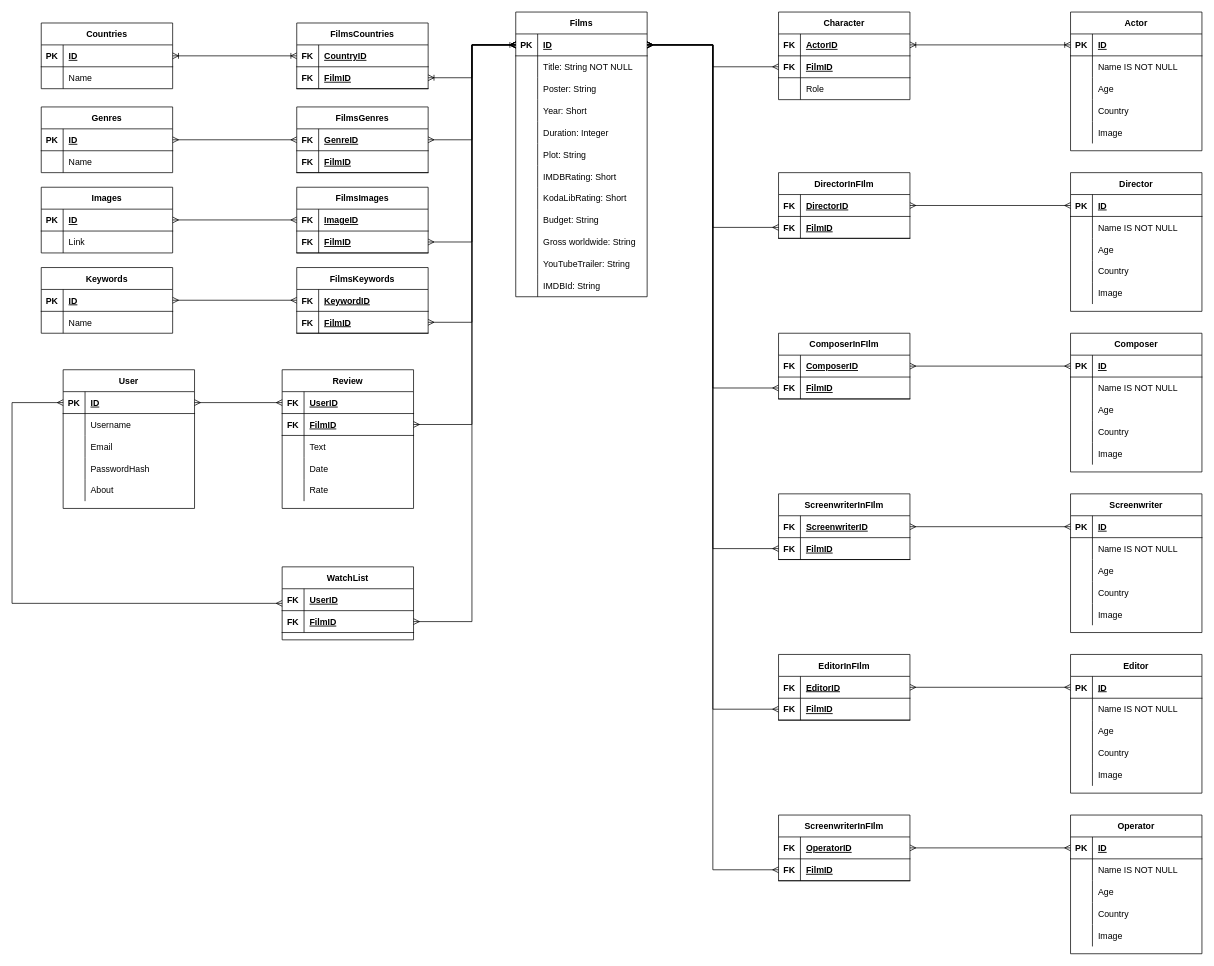
Earlier version of the draw.io diagram Database relational diagram.drawio (lincentpega/koda-modeling). Source tidied: cells renumbered, new cells numbered last; positions are measured from the earlier drawing's top-left corner, leaving out a move shared by most shapes. Both pictures are drawn from the tidied source at 73%, with x=0, y=0 at pixel (12, 12).
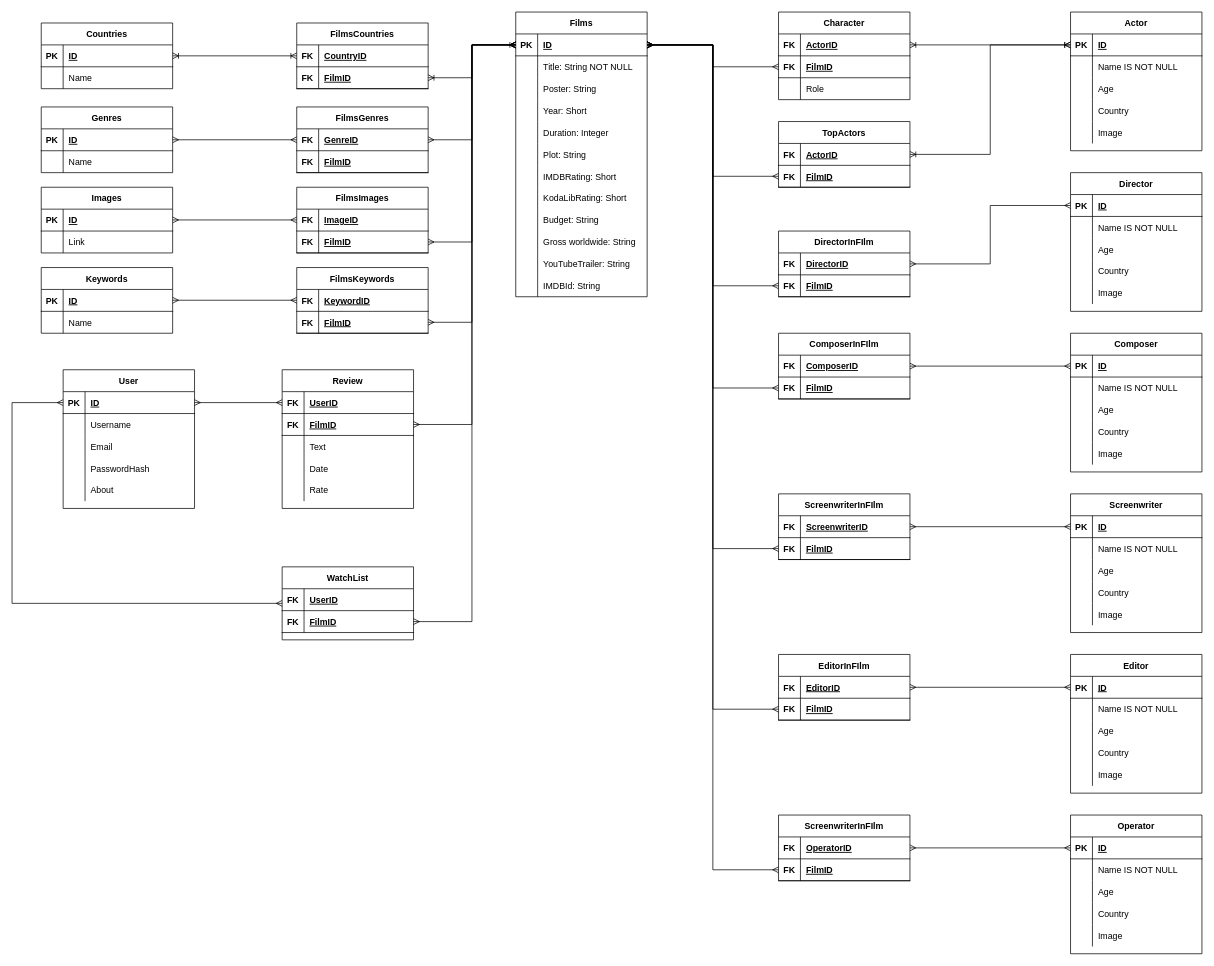
Above is the later version.

The change refers to these unchanged cells:
```xml
<mxCell id="3" style="shape=tableRow;horizontal=0;startSize=0;swimlaneHead=0;swimlaneBody=0;fillColor=none;points=[[0,0.5],[1,0.5]];portConstraint=eastwest;top=0;left=0;right=0;bottom=1;rounded=0;" parent="2" vertex="1">
  <mxGeometry y="30" width="180" height="30" as="geometry" />
</mxCell>
<mxCell id="40" style="shape=tableRow;horizontal=0;startSize=0;swimlaneHead=0;swimlaneBody=0;fillColor=none;points=[[0,0.5],[1,0.5]];portConstraint=eastwest;top=0;left=0;right=0;bottom=1;rounded=0;" parent="39" vertex="1">
  <mxGeometry y="30" width="180" height="30" as="geometry" />
</mxCell>
```

Diff of the diagram source:
```diff
@@
     <mxCell id="83" value="DirectorInFIlm" style="shape=table;startSize=30;childLayout=tableLayout;rowLines=0;fontStyle=1;align=center;rounded=0;" parent="1" vertex="1">
-      <mxGeometry x="1050" y="220" width="180" height="90" as="geometry" />
+      <mxGeometry x="1050" y="300" width="180" height="90" as="geometry" />
     </mxCell>
@@
+    <mxCell id="299" value="TopActors" style="shape=table;startSize=30;childLayout=tableLayout;rowLines=0;fontStyle=1;align=center;rounded=0;" parent="1" vertex="1">
+      <mxGeometry x="1050" y="150" width="180" height="90" as="geometry" />
+    </mxCell>
+    <mxCell id="300" style="shape=tableRow;horizontal=0;startSize=0;swimlaneHead=0;swimlaneBody=0;fillColor=none;points=[[0,0.5],[1,0.5]];portConstraint=eastwest;top=0;left=0;right=0;bottom=1;rounded=0;" parent="299" vertex="1">
+      <mxGeometry y="30" width="180" height="30" as="geometry" />
+    </mxCell>
+    <mxCell id="301" value="FK" style="shape=partialRectangle;fillColor=none;top=0;left=0;bottom=0;right=0;fontStyle=1;overflow=hidden;rounded=0;" parent="300" vertex="1">
+      <mxGeometry width="30" height="30" as="geometry" />
+    </mxCell>
+    <mxCell id="302" value="ActorID" style="shape=partialRectangle;fillColor=none;top=0;left=0;bottom=0;right=0;align=left;spacingLeft=6;fontStyle=5;overflow=hidden;rounded=0;" parent="300" vertex="1">
+      <mxGeometry x="30" width="150" height="30" as="geometry" />
+    </mxCell>
+    <mxCell id="303" style="shape=tableRow;horizontal=0;startSize=0;swimlaneHead=0;swimlaneBody=0;fillColor=none;points=[[0,0.5],[1,0.5]];portConstraint=eastwest;top=0;left=0;right=0;bottom=1;rounded=0;" parent="299" vertex="1">
+      <mxGeometry y="60" width="180" height="30" as="geometry" />
+    </mxCell>
+    <mxCell id="304" value="FK" style="shape=partialRectangle;fillColor=none;top=0;left=0;bottom=0;right=0;fontStyle=1;overflow=hidden;rounded=0;" parent="303" vertex="1">
+      <mxGeometry width="30" height="30" as="geometry" />
+    </mxCell>
+    <mxCell id="305" value="FilmID" style="shape=partialRectangle;fillColor=none;top=0;left=0;bottom=0;right=0;align=left;spacingLeft=6;fontStyle=5;overflow=hidden;rounded=0;" parent="303" vertex="1">
+      <mxGeometry x="30" width="150" height="30" as="geometry" />
+    </mxCell>
+    <mxCell id="306" style="edgeStyle=orthogonalEdgeStyle;rounded=0;jettySize=auto;html=1;exitX=1;exitY=0.5;exitDx=0;exitDy=0;startArrow=ERoneToMany;startFill=0;endArrow=ERoneToMany;endFill=0;" parent="1" edge="1" source="300" target="40">
+      <mxGeometry relative="1" as="geometry" />
+    </mxCell>
+    <mxCell id="307" style="edgeStyle=orthogonalEdgeStyle;rounded=0;jettySize=auto;html=1;endArrow=ERmany;endFill=0;startArrow=ERmany;startFill=0;" parent="1" edge="1" source="303" target="3">
+      <mxGeometry relative="1" as="geometry">
+        <Array as="points">
+          <mxPoint x="960" y="225" />
+          <mxPoint x="960" y="45" />
+        </Array>
+      </mxGeometry>
+    </mxCell>
```
